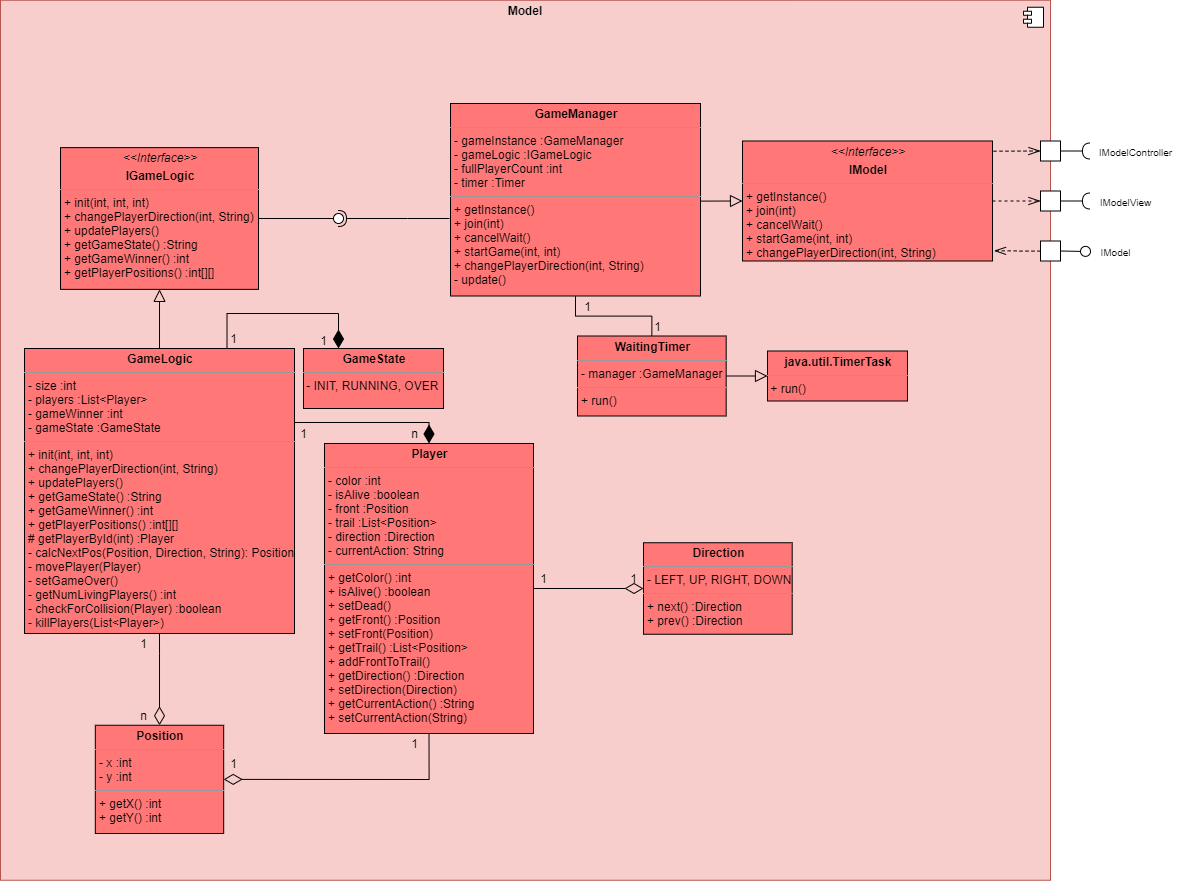
Above: Doku/images/Model_Ebene3_Refactor.png in KjellooMelloo/gameoftrons (draw.io), before the change. Source tidied: cells renumbered, new cells last; positions are measured from the earlier drawing's top-left corner, leaving out a move shared by most shapes.
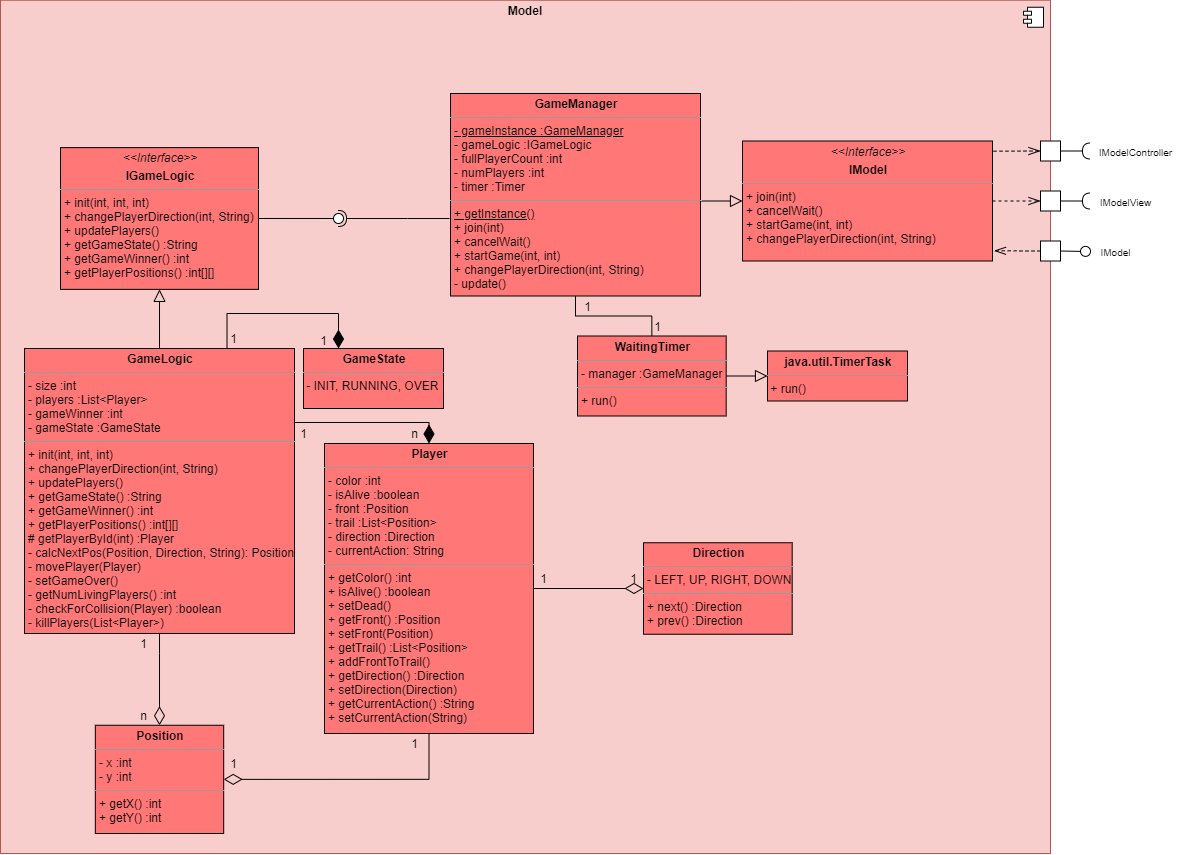
The same file after the commit.

What changed in the source:
```diff
@@ -3,7 +3,7 @@
     <mxCell id="0" />
     <mxCell id="1" parent="0" />
     <mxCell id="2" style="html=1;fillColor=#f8cecc;strokeColor=#b85450;" parent="1" vertex="1">
-      <mxGeometry y="-0.2" width="1050" height="880" as="geometry" />
+      <mxGeometry y="-0.2" width="1050" height="853.2" as="geometry" />
     </mxCell>
     <mxCell id="3" style="shape=component;jettyWidth=8;jettyHeight=4;" parent="2" vertex="1">
       <mxGeometry x="1" width="20" height="20" relative="1" as="geometry">
@@ -31,8 +31,8 @@
     <mxCell id="7" style="edgeStyle=orthogonalEdgeStyle;rounded=0;jettySize=auto;html=1;entryX=0.5;entryY=0;entryDx=0;entryDy=0;endArrow=none;endFill=0;endSize=16;" parent="1" edge="1" source="8" target="51">
       <mxGeometry relative="1" as="geometry" />
     </mxCell>
-    <mxCell id="8" value="&lt;p style=&quot;margin: 0px ; margin-top: 4px ; text-align: center&quot;&gt;&lt;b&gt;GameManager&lt;/b&gt;&lt;/p&gt;&lt;hr size=&quot;1&quot;&gt;&lt;p style=&quot;margin: 0px ; margin-left: 4px&quot;&gt;- gameInstance :GameManager&lt;/p&gt;&lt;p style=&quot;margin: 0px ; margin-left: 4px&quot;&gt;- gameLogic :IGameLogic&lt;/p&gt;&lt;p style=&quot;margin: 0px ; margin-left: 4px&quot;&gt;- fullPlayerCount :int&lt;/p&gt;&lt;p style=&quot;margin: 0px ; margin-left: 4px&quot;&gt;- timer :Timer&lt;/p&gt;&lt;hr size=&quot;1&quot;&gt;&lt;p style=&quot;margin: 0px 0px 0px 4px&quot;&gt;+ getInstance()&lt;/p&gt;&lt;p style=&quot;margin: 0px 0px 0px 4px&quot;&gt;+ join(int)&lt;/p&gt;&lt;p style=&quot;margin: 0px 0px 0px 4px&quot;&gt;+ cancelWait()&lt;/p&gt;&lt;p style=&quot;margin: 0px 0px 0px 4px&quot;&gt;+ startGame(int, int)&lt;/p&gt;&lt;p style=&quot;margin: 0px 0px 0px 4px&quot;&gt;+ changePlayerDirection(int, String)&lt;/p&gt;&lt;p style=&quot;margin: 0px 0px 0px 4px&quot;&gt;- update()&lt;/p&gt;&lt;p style=&quot;margin: 0px ; margin-left: 4px&quot;&gt;&lt;br&gt;&lt;/p&gt;" style="verticalAlign=top;align=left;overflow=fill;fontSize=12;fontFamily=Helvetica;html=1;fillColor=#FF7777;strokeColor=#000000;" parent="1" vertex="1">
-      <mxGeometry x="450" y="103" width="250" height="192.5" as="geometry" />
+    <mxCell id="8" value="&lt;p style=&quot;margin: 0px ; margin-top: 4px ; text-align: center&quot;&gt;&lt;b&gt;GameManager&lt;/b&gt;&lt;/p&gt;&lt;hr size=&quot;1&quot;&gt;&lt;p style=&quot;margin: 0px ; margin-left: 4px&quot;&gt;&lt;u&gt;- gameInstance :GameManager&lt;/u&gt;&lt;/p&gt;&lt;p style=&quot;margin: 0px ; margin-left: 4px&quot;&gt;- gameLogic :IGameLogic&lt;/p&gt;&lt;p style=&quot;margin: 0px ; margin-left: 4px&quot;&gt;- fullPlayerCount :int&lt;/p&gt;&lt;p style=&quot;margin: 0px ; margin-left: 4px&quot;&gt;- numPlayers :int&lt;/p&gt;&lt;p style=&quot;margin: 0px ; margin-left: 4px&quot;&gt;- timer :Timer&lt;/p&gt;&lt;hr size=&quot;1&quot;&gt;&lt;p style=&quot;margin: 0px 0px 0px 4px&quot;&gt;&lt;u&gt;+ getInstance()&lt;/u&gt;&lt;/p&gt;&lt;p style=&quot;margin: 0px 0px 0px 4px&quot;&gt;+ join(int)&lt;/p&gt;&lt;p style=&quot;margin: 0px 0px 0px 4px&quot;&gt;+ cancelWait()&lt;/p&gt;&lt;p style=&quot;margin: 0px 0px 0px 4px&quot;&gt;+ startGame(int, int)&lt;/p&gt;&lt;p style=&quot;margin: 0px 0px 0px 4px&quot;&gt;+ changePlayerDirection(int, String)&lt;/p&gt;&lt;p style=&quot;margin: 0px 0px 0px 4px&quot;&gt;- update()&lt;/p&gt;&lt;p style=&quot;margin: 0px ; margin-left: 4px&quot;&gt;&lt;br&gt;&lt;/p&gt;" style="verticalAlign=top;align=left;overflow=fill;fontSize=12;fontFamily=Helvetica;html=1;fillColor=#FF7777;strokeColor=#000000;" parent="1" vertex="1">
+      <mxGeometry x="450" y="93" width="250" height="202.5" as="geometry" />
     </mxCell>
     <mxCell id="9" value="&lt;p style=&quot;margin: 0px ; margin-top: 4px ; text-align: center&quot;&gt;&lt;b&gt;Position&lt;/b&gt;&lt;/p&gt;&lt;hr size=&quot;1&quot;&gt;&lt;p style=&quot;margin: 0px ; margin-left: 4px&quot;&gt;- x :int&lt;/p&gt;&lt;p style=&quot;margin: 0px ; margin-left: 4px&quot;&gt;- y :int&lt;/p&gt;&lt;hr size=&quot;1&quot;&gt;&lt;p style=&quot;margin: 0px ; margin-left: 4px&quot;&gt;+ getX() :int&lt;br&gt;+ getY() :int&lt;/p&gt;&lt;p style=&quot;margin: 0px ; margin-left: 4px&quot;&gt;&lt;br&gt;&lt;/p&gt;" style="verticalAlign=top;align=left;overflow=fill;fontSize=12;fontFamily=Helvetica;html=1;fillColor=#FF7777;strokeColor=#000000;" parent="1" vertex="1">
       <mxGeometry x="94.8" y="724.8" width="128.4" height="108.2" as="geometry" />
@@ -124,7 +124,7 @@
         </Array>
       </mxGeometry>
     </mxCell>
-    <mxCell id="35" value="&lt;p style=&quot;margin: 0px ; margin-top: 4px ; text-align: center&quot;&gt;&lt;i&gt;&amp;lt;&amp;lt;Interface&amp;gt;&amp;gt;&lt;/i&gt;&lt;/p&gt;&lt;p style=&quot;margin: 0px ; margin-top: 4px ; text-align: center&quot;&gt;&lt;b&gt;IModel&lt;/b&gt;&lt;/p&gt;&lt;hr size=&quot;1&quot;&gt;&lt;p style=&quot;margin: 0px 0px 0px 4px&quot;&gt;+ getInstance()&lt;/p&gt;&lt;p style=&quot;margin: 0px 0px 0px 4px&quot;&gt;+ join(int)&lt;/p&gt;&lt;p style=&quot;margin: 0px 0px 0px 4px&quot;&gt;+ cancelWait()&lt;/p&gt;&lt;p style=&quot;margin: 0px 0px 0px 4px&quot;&gt;+ startGame(int, int)&lt;/p&gt;&lt;p style=&quot;margin: 0px 0px 0px 4px&quot;&gt;+ changePlayerDirection(int, String)&lt;/p&gt;&lt;p style=&quot;margin: 0px ; margin-left: 4px&quot;&gt;&lt;br&gt;&lt;/p&gt;&lt;p style=&quot;margin: 0px ; margin-left: 4px&quot;&gt;&lt;br&gt;&lt;/p&gt;" style="verticalAlign=top;align=left;overflow=fill;fontSize=12;fontFamily=Helvetica;html=1;fillColor=#FF7777;strokeColor=#000000;" parent="1" vertex="1">
+    <mxCell id="35" value="&lt;p style=&quot;margin: 0px ; margin-top: 4px ; text-align: center&quot;&gt;&lt;i&gt;&amp;lt;&amp;lt;Interface&amp;gt;&amp;gt;&lt;/i&gt;&lt;/p&gt;&lt;p style=&quot;margin: 0px ; margin-top: 4px ; text-align: center&quot;&gt;&lt;b&gt;IModel&lt;/b&gt;&lt;/p&gt;&lt;hr size=&quot;1&quot;&gt;&lt;p style=&quot;margin: 0px 0px 0px 4px&quot;&gt;&lt;span&gt;+ join(int)&lt;/span&gt;&lt;br&gt;&lt;/p&gt;&lt;p style=&quot;margin: 0px 0px 0px 4px&quot;&gt;+ cancelWait()&lt;/p&gt;&lt;p style=&quot;margin: 0px 0px 0px 4px&quot;&gt;+ startGame(int, int)&lt;/p&gt;&lt;p style=&quot;margin: 0px 0px 0px 4px&quot;&gt;+ changePlayerDirection(int, String)&lt;/p&gt;&lt;p style=&quot;margin: 0px ; margin-left: 4px&quot;&gt;&lt;br&gt;&lt;/p&gt;&lt;p style=&quot;margin: 0px ; margin-left: 4px&quot;&gt;&lt;br&gt;&lt;/p&gt;" style="verticalAlign=top;align=left;overflow=fill;fontSize=12;fontFamily=Helvetica;html=1;fillColor=#FF7777;strokeColor=#000000;" parent="1" vertex="1">
       <mxGeometry x="742" y="140.5" width="250" height="120" as="geometry" />
     </mxCell>
     <mxCell id="36" style="rounded=0;jettySize=auto;html=1;endArrow=none;endFill=0;exitX=1;exitY=0.5;exitDx=0;exitDy=0;" parent="1" edge="1" source="33" target="38">
```
